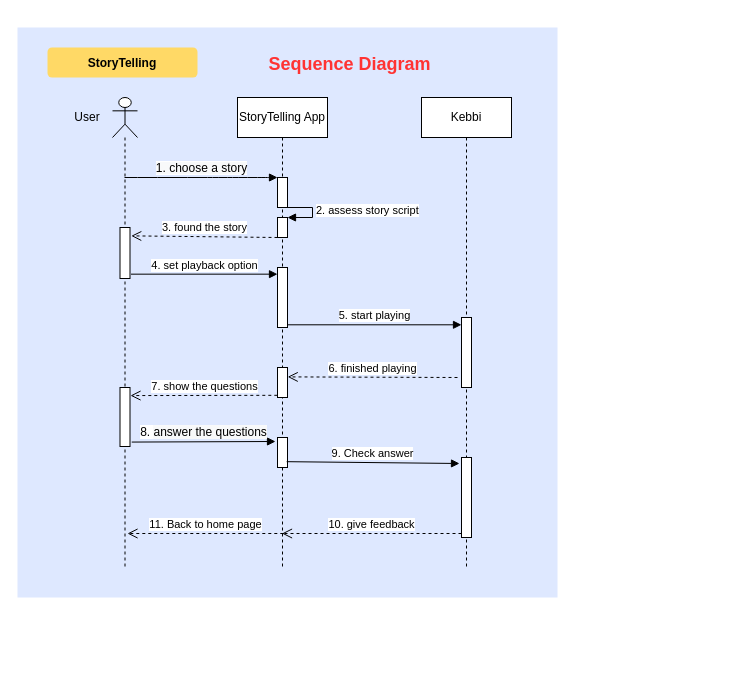
Before: page "Sequence Diagram" (6 of 8) of Untitled Diagram.drawio in chewwwyong/dosomethingexcel, a draw.io diagram. Source tidied: cells renumbered, new cells numbered last; positions are measured from the earlier drawing's top-left corner, leaving out a move shared by most shapes. Both pictures are drawn from the tidied source at 100%, with x=0, y=0 at pixel (17, 27).
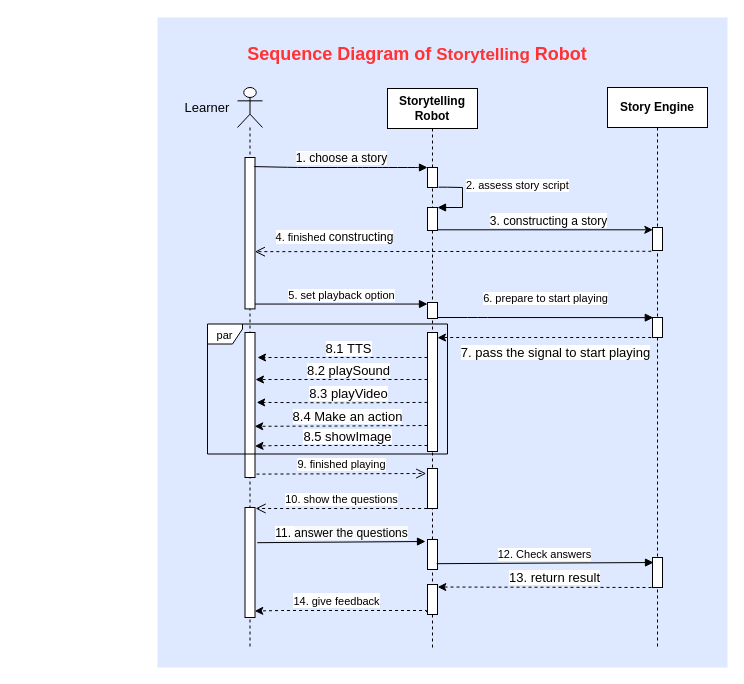
The same diagram, later.

Change to the diagram source:
```diff
@@
     <mxCell id="2" style="fillColor=#DEE8FF;strokeColor=none;" parent="1" vertex="1">
-      <mxGeometry width="540" height="570" as="geometry" />
+      <mxGeometry x="140" y="-10" width="570" height="650" as="geometry" />
     </mxCell>
-    <mxCell id="3" value="StoryTelling" style="rounded=1;fontStyle=1;fillColor=#FFD966;strokeColor=none;" parent="1" vertex="1">
-      <mxGeometry x="30" y="20" width="150" height="30" as="geometry" />
-    </mxCell>
     <mxCell id="4" style="shape=umlLifeline;participant=umlActor;perimeter=lifelinePerimeter;whiteSpace=wrap;html=1;verticalAlign=top;spacingTop=36;outlineConnect=0;" parent="1" vertex="1">
-      <mxGeometry x="95" y="70" width="25" height="470" as="geometry" />
+      <mxGeometry x="220" y="60" width="25" height="560" as="geometry" />
     </mxCell>
     <mxCell id="5" style="html=1;points=[];perimeter=orthogonalPerimeter;" parent="4" vertex="1">
-      <mxGeometry x="7.5" y="130" width="10" height="51" as="geometry" />
+      <mxGeometry x="7.5" y="70" width="10" height="151.4" as="geometry" />
     </mxCell>
     <mxCell id="6" style="html=1;points=[];perimeter=orthogonalPerimeter;fontSize=12;" parent="4" vertex="1">
-      <mxGeometry x="7.5" y="290" width="10" height="59" as="geometry" />
+      <mxGeometry x="7.5" y="420" width="10" height="110" as="geometry" />
     </mxCell>
+    <mxCell id="29" style="html=1;points=[];perimeter=orthogonalPerimeter;" parent="4" vertex="1">
+      <mxGeometry x="7.5" y="245" width="10" height="145" as="geometry" />
+    </mxCell>
-    <mxCell id="7" value="StoryTelling App" style="shape=umlLifeline;perimeter=lifelinePerimeter;whiteSpace=wrap;html=1;outlineConnect=0;" parent="1" vertex="1">
-      <mxGeometry x="220" y="70" width="90" height="470" as="geometry" />
+    <mxCell id="7" value="&lt;b&gt;Storytelling Robot&lt;/b&gt;" style="shape=umlLifeline;perimeter=lifelinePerimeter;whiteSpace=wrap;html=1;outlineConnect=0;" parent="1" vertex="1">
+      <mxGeometry x="370" y="61" width="90" height="559" as="geometry" />
     </mxCell>
     <mxCell id="8" style="html=1;points=[];perimeter=orthogonalPerimeter;" parent="7" vertex="1">
-      <mxGeometry x="40" y="170" width="10" height="60" as="geometry" />
+      <mxGeometry x="40" y="214" width="10" height="16" as="geometry" />
     </mxCell>
     <mxCell id="9" style="html=1;points=[];perimeter=orthogonalPerimeter;" parent="7" vertex="1">
-      <mxGeometry x="40" y="340" width="10" height="30" as="geometry" />
+      <mxGeometry x="40" y="451" width="10" height="30" as="geometry" />
     </mxCell>
     <mxCell id="10" style="html=1;points=[];perimeter=orthogonalPerimeter;" parent="7" vertex="1">
-      <mxGeometry x="40" y="270" width="10" height="30" as="geometry" />
+      <mxGeometry x="40" y="380" width="10" height="40" as="geometry" />
     </mxCell>
-    <mxCell id="11" value="Kebbi" style="shape=umlLifeline;perimeter=lifelinePerimeter;whiteSpace=wrap;html=1;" parent="1" vertex="1">
-      <mxGeometry x="404" y="70" width="90" height="470" as="geometry" />
-    </mxCell>
-    <mxCell id="12" style="html=1;points=[];perimeter=orthogonalPerimeter;" parent="11" vertex="1">
-      <mxGeometry x="40" y="220" width="10" height="70" as="geometry" />
-    </mxCell>
-    <mxCell id="13" style="html=1;points=[];perimeter=orthogonalPerimeter;" parent="11" vertex="1">
-      <mxGeometry x="40" y="360" width="10" height="80" as="geometry" />
-    </mxCell>
+    <mxCell id="30" style="html=1;points=[];perimeter=orthogonalPerimeter;" parent="7" vertex="1">
+      <mxGeometry x="40" y="496" width="10" height="30" as="geometry" />
+    </mxCell>
     <mxCell id="14" style="html=1;points=[];perimeter=orthogonalPerimeter;" parent="1" vertex="1">
-      <mxGeometry x="260" y="150" width="10" height="30" as="geometry" />
+      <mxGeometry x="410" y="140" width="10" height="20" as="geometry" />
     </mxCell>
-    <mxCell id="15" value="&lt;span style=&quot;background-color: rgb(248 , 249 , 250)&quot;&gt;&lt;font style=&quot;font-size: 12px&quot;&gt;1. choose a story&lt;/font&gt;&lt;/span&gt;" style="html=1;verticalAlign=bottom;startArrow=none;endArrow=block;startSize=8;startFill=0;" parent="1" edge="1" source="4" target="14">
+    <mxCell id="15" value="&lt;span style=&quot;background-color: rgb(248 , 249 , 250)&quot;&gt;&lt;font style=&quot;font-size: 12px&quot;&gt;1. choose a story&lt;/font&gt;&lt;/span&gt;" style="html=1;verticalAlign=bottom;startArrow=none;endArrow=block;startSize=8;startFill=0;exitX=0.922;exitY=0.06;exitDx=0;exitDy=0;exitPerimeter=0;" parent="1" edge="1" source="5" target="14">
       <mxGeometry relative="1" as="geometry">
         <Array as="points">
-          <mxPoint x="130" y="150" />
-          <mxPoint x="180" y="150" />
-          <mxPoint x="200" y="150" />
-          <mxPoint x="220" y="150" />
-          <mxPoint x="250" y="150" />
+          <mxPoint x="280" y="140" />
+          <mxPoint x="330" y="140" />
+          <mxPoint x="350" y="140" />
+          <mxPoint x="370" y="140" />
+          <mxPoint x="400" y="140" />
         </Array>
       </mxGeometry>
     </mxCell>
-    <mxCell id="16" value="User" style="text;html=1;strokeColor=none;fillColor=none;align=center;verticalAlign=middle;whiteSpace=wrap;rounded=0;" parent="1" vertex="1">
-      <mxGeometry x="50" y="80" width="40" height="20" as="geometry" />
+    <mxCell id="16" value="Learner" style="text;html=1;strokeColor=none;fillColor=none;align=center;verticalAlign=middle;whiteSpace=wrap;rounded=0;fontSize=13;" parent="1" vertex="1">
+      <mxGeometry x="170" y="70" width="40" height="20" as="geometry" />
     </mxCell>
+    <mxCell id="31" style="edgeStyle=orthogonalEdgeStyle;rounded=0;jettySize=auto;html=1;entryX=0.033;entryY=0.1;entryDx=0;entryDy=0;entryPerimeter=0;fontSize=13;startArrow=none;startFill=0;endArrow=classic;endFill=1;" parent="1" edge="1" source="17" target="37">
+      <mxGeometry relative="1" as="geometry">
+        <Array as="points">
+          <mxPoint x="415" y="202" />
+        </Array>
+      </mxGeometry>
+    </mxCell>
+    <mxCell id="32" value="&lt;font style=&quot;font-size: 12px&quot;&gt;3.&amp;nbsp;constructing a story&lt;/font&gt;" style="edgeLabel;html=1;align=center;verticalAlign=middle;fontSize=13;" parent="31" vertex="1">
+      <mxGeometry x="-0.44" relative="1" as="geometry">
+        <mxPoint x="50" y="-10" as="offset" />
+      </mxGeometry>
+    </mxCell>
     <mxCell id="17" style="html=1;points=[];perimeter=orthogonalPerimeter;" parent="1" vertex="1">
-      <mxGeometry x="260" y="190" width="10" height="20" as="geometry" />
+      <mxGeometry x="410" y="180" width="10" height="23" as="geometry" />
     </mxCell>
-    <mxCell id="18" value="2. assess story script" style="edgeStyle=orthogonalEdgeStyle;html=1;align=left;spacingLeft=2;endArrow=block;rounded=0;entryX=1;entryY=0;" parent="1" edge="1" target="17">
-      <mxGeometry relative="1" as="geometry">
-        <mxPoint x="265" y="180" as="sourcePoint" />
+    <mxCell id="18" value="2. assess story script" style="edgeStyle=orthogonalEdgeStyle;html=1;align=left;spacingLeft=2;endArrow=block;rounded=0;entryX=1;entryY=0;exitX=1.1;exitY=0.983;exitDx=0;exitDy=0;exitPerimeter=0;" parent="1" edge="1" source="14" target="17">
+      <mxGeometry x="-0.08" y="-10" relative="1" as="geometry">
         <Array as="points">
-          <mxPoint x="265" y="180" />
-          <mxPoint x="295" y="180" />
-          <mxPoint x="295" y="190" />
+          <mxPoint x="430" y="160" />
+          <mxPoint x="445" y="160" />
+          <mxPoint x="445" y="180" />
         </Array>
+        <mxPoint x="10" y="-10" as="offset" />
       </mxGeometry>
     </mxCell>
-    <mxCell id="19" value="3. found the story" style="html=1;verticalAlign=bottom;endArrow=open;dashed=1;endSize=8;entryX=1.124;entryY=0.164;entryDx=0;entryDy=0;entryPerimeter=0;" parent="1" edge="1" target="5">
-      <mxGeometry relative="1" as="geometry">
-        <mxPoint x="260" y="210" as="sourcePoint" />
-      </mxGeometry>
+    <mxCell id="19" value="4. finished&amp;nbsp;&lt;span style=&quot;font-size: 12px&quot;&gt;constructing&lt;/span&gt;" style="html=1;verticalAlign=bottom;endArrow=open;dashed=1;endSize=8;entryX=0.99;entryY=0.622;entryDx=0;entryDy=0;entryPerimeter=0;exitX=-0.117;exitY=1.034;exitDx=0;exitDy=0;exitPerimeter=0;" parent="1" edge="1" source="37" target="5">
+      <mxGeometry x="0.6" y="-5" relative="1" as="geometry" />
     </mxCell>
-    <mxCell id="20" value="5. start playing" style="html=1;verticalAlign=bottom;startArrow=none;endArrow=block;startSize=8;exitX=0.943;exitY=0.961;exitDx=0;exitDy=0;exitPerimeter=0;startFill=0;" parent="1" edge="1" target="12">
-      <mxGeometry relative="1" as="geometry">
-        <mxPoint x="270" y="297.3" as="sourcePoint" />
+    <mxCell id="20" value="6. prepare to start playing" style="html=1;verticalAlign=bottom;startArrow=none;endArrow=block;startSize=8;exitX=0.943;exitY=0.961;exitDx=0;exitDy=0;exitPerimeter=0;startFill=0;entryX=0.078;entryY=0.007;entryDx=0;entryDy=0;entryPerimeter=0;" parent="1" edge="1" target="35">
+      <mxGeometry y="10" relative="1" as="geometry">
+        <mxPoint x="420" y="290" as="sourcePoint" />
+        <Array as="points">
+          <mxPoint x="460" y="290" />
+        </Array>
       </mxGeometry>
     </mxCell>
-    <mxCell id="21" value="4. set playback option" style="html=1;verticalAlign=bottom;startArrow=none;endArrow=block;startSize=8;startFill=0;exitX=1.101;exitY=0.915;exitDx=0;exitDy=0;exitPerimeter=0;" parent="1" edge="1" source="5" target="8">
+    <mxCell id="21" value="5. set playback option" style="html=1;verticalAlign=bottom;startArrow=none;endArrow=block;startSize=8;startFill=0;exitX=1.006;exitY=0.968;exitDx=0;exitDy=0;exitPerimeter=0;" parent="1" edge="1" source="5" target="8">
       <mxGeometry relative="1" as="geometry" />
     </mxCell>
-    <mxCell id="22" value="6. finished playing" style="html=1;verticalAlign=bottom;endArrow=open;dashed=1;endSize=8;entryX=1.02;entryY=0.313;entryDx=0;entryDy=0;entryPerimeter=0;" parent="1" edge="1" target="10">
+    <mxCell id="22" value="9. finished playing" style="html=1;verticalAlign=bottom;endArrow=open;dashed=1;endSize=8;entryX=-0.133;entryY=0.1;entryDx=0;entryDy=0;entryPerimeter=0;exitX=1.15;exitY=0.963;exitDx=0;exitDy=0;exitPerimeter=0;" parent="1" edge="1">
       <mxGeometry relative="1" as="geometry">
-        <mxPoint x="440" y="350" as="sourcePoint" />
+        <mxPoint x="239" y="446.6" as="sourcePoint" />
+        <mxPoint x="408.7" y="446" as="targetPoint" />
       </mxGeometry>
     </mxCell>
-    <mxCell id="23" value="&lt;font style=&quot;font-size: 12px&quot;&gt;8.&amp;nbsp;&lt;span style=&quot;background-color: rgb(248 , 249 , 250)&quot;&gt;answer the questions&lt;/span&gt;&lt;/font&gt;" style="html=1;verticalAlign=bottom;startArrow=none;endArrow=block;startSize=8;startFill=0;exitX=1.171;exitY=0.925;exitDx=0;exitDy=0;exitPerimeter=0;" parent="1" edge="1" source="6">
+    <mxCell id="23" value="&lt;font style=&quot;font-size: 12px&quot;&gt;11.&amp;nbsp;&lt;span style=&quot;background-color: rgb(248 , 249 , 250)&quot;&gt;answer the questions&lt;/span&gt;&lt;/font&gt;" style="html=1;verticalAlign=bottom;startArrow=none;endArrow=block;startSize=8;startFill=0;exitX=1.228;exitY=0.32;exitDx=0;exitDy=0;exitPerimeter=0;" parent="1" edge="1" source="6">
       <mxGeometry relative="1" as="geometry">
-        <mxPoint x="258" y="414" as="targetPoint" />
+        <mxPoint x="408" y="514" as="targetPoint" />
       </mxGeometry>
     </mxCell>
-    <mxCell id="24" value="9.&amp;nbsp;Check answer" style="html=1;verticalAlign=bottom;endArrow=block;exitX=0.919;exitY=0.806;exitDx=0;exitDy=0;exitPerimeter=0;entryX=-0.2;entryY=0.075;entryDx=0;entryDy=0;entryPerimeter=0;" parent="1" edge="1" source="9" target="13">
+    <mxCell id="24" value="12.&amp;nbsp;Check answers" style="html=1;verticalAlign=bottom;endArrow=block;exitX=0.919;exitY=0.806;exitDx=0;exitDy=0;exitPerimeter=0;entryX=0.1;entryY=0.167;entryDx=0;entryDy=0;entryPerimeter=0;" parent="1" edge="1" source="9" target="36">
       <mxGeometry relative="1" as="geometry" />
     </mxCell>
-    <mxCell id="25" value="10. give feedback" style="html=1;verticalAlign=bottom;endArrow=open;dashed=1;endSize=8;exitX=0;exitY=0.95;" parent="1" edge="1" source="13" target="7">
-      <mxGeometry relative="1" as="geometry" />
-    </mxCell>
-    <mxCell id="26" value="7. show the questions" style="html=1;verticalAlign=bottom;endArrow=open;dashed=1;endSize=8;exitX=-0.02;exitY=0.927;exitDx=0;exitDy=0;exitPerimeter=0;entryX=1.05;entryY=0.137;entryDx=0;entryDy=0;entryPerimeter=0;" parent="1" edge="1" source="10" target="6">
+    <mxCell id="26" value="10. show the questions" style="html=1;verticalAlign=bottom;endArrow=open;dashed=1;endSize=8;exitX=-0.033;exitY=1;exitDx=0;exitDy=0;exitPerimeter=0;entryX=1.061;entryY=0.009;entryDx=0;entryDy=0;entryPerimeter=0;" parent="1" edge="1" source="10" target="6">
       <mxGeometry relative="1" as="geometry" />
     </mxCell>
-    <mxCell id="27" value="11.&amp;nbsp;Back to home page" style="html=1;verticalAlign=bottom;endArrow=open;dashed=1;endSize=8;exitX=0;exitY=0.95;" parent="1" edge="1">
-      <mxGeometry relative="1" as="geometry">
-        <mxPoint x="265.8" y="506" as="sourcePoint" />
-        <mxPoint x="110" y="506" as="targetPoint" />
-      </mxGeometry>
-    </mxCell>
-    <mxCell id="28" value="&lt;span style=&quot;font-size: 18px;&quot;&gt;Sequence Diagram&lt;/span&gt;" style="text;html=1;strokeColor=none;fillColor=none;align=center;verticalAlign=middle;whiteSpace=wrap;rounded=0;fontSize=24;fontStyle=1;fontColor=#FF3333;labelBackgroundColor=none;" parent="1" vertex="1">
-      <mxGeometry x="220" y="20" width="225" height="30" as="geometry" />
+    <mxCell id="28" value="&lt;span style=&quot;font-size: 18px&quot;&gt;Sequence Diagram&amp;nbsp;&lt;/span&gt;&lt;span style=&quot;font-size: 18px&quot;&gt;of&amp;nbsp;&lt;/span&gt;&lt;span style=&quot;font-size: 17px&quot;&gt;Storytelling&lt;/span&gt;&lt;span style=&quot;font-size: 18px&quot;&gt;&lt;font color=&quot;#000000&quot;&gt;&amp;nbsp;&lt;/font&gt;Robot&lt;/span&gt;" style="text;html=1;strokeColor=none;fillColor=none;align=center;verticalAlign=middle;whiteSpace=wrap;rounded=0;fontSize=24;fontStyle=1;fontColor=#FF3333;labelBackgroundColor=none;" parent="1" vertex="1">
+      <mxGeometry x="190" y="10" width="420" height="30" as="geometry" />
     </mxCell>
+    <mxCell id="33" value="&lt;font style=&quot;font-size: 11px&quot;&gt;par&lt;/font&gt;" style="shape=umlFrame;whiteSpace=wrap;html=1;fontSize=13;width=35;height=20;" parent="1" vertex="1">
+      <mxGeometry x="190" y="296.5" width="240" height="130" as="geometry" />
+    </mxCell>
+    <mxCell id="34" value="&lt;b&gt;Story Engine&lt;/b&gt;" style="shape=umlLifeline;perimeter=lifelinePerimeter;whiteSpace=wrap;html=1;" parent="1" vertex="1">
+      <mxGeometry x="590" y="60" width="100" height="560" as="geometry" />
+    </mxCell>
+    <mxCell id="35" style="html=1;points=[];perimeter=orthogonalPerimeter;" parent="34" vertex="1">
+      <mxGeometry x="45" y="230" width="10" height="20" as="geometry" />
+    </mxCell>
+    <mxCell id="36" style="html=1;points=[];perimeter=orthogonalPerimeter;" parent="34" vertex="1">
+      <mxGeometry x="45" y="470" width="10" height="30" as="geometry" />
+    </mxCell>
+    <mxCell id="37" style="html=1;points=[];perimeter=orthogonalPerimeter;" parent="34" vertex="1">
+      <mxGeometry x="45" y="140" width="10" height="23" as="geometry" />
+    </mxCell>
+    <mxCell id="38" style="edgeStyle=orthogonalEdgeStyle;rounded=0;jettySize=auto;html=1;fontSize=13;startArrow=none;startFill=0;endArrow=classic;endFill=1;dashed=1;exitX=-0.106;exitY=0.92;exitDx=0;exitDy=0;exitPerimeter=0;entryX=0.978;entryY=0.941;entryDx=0;entryDy=0;entryPerimeter=0;" parent="1" edge="1" source="30" target="6">
+      <mxGeometry relative="1" as="geometry">
+        <Array as="points">
+          <mxPoint x="409" y="583" />
+          <mxPoint x="264" y="583" />
+        </Array>
+      </mxGeometry>
+    </mxCell>
+    <mxCell id="39" value="&lt;span style=&quot;font-size: 11px&quot;&gt;14. give feedback&lt;/span&gt;" style="edgeLabel;html=1;align=center;verticalAlign=middle;fontSize=13;" parent="38" vertex="1">
+      <mxGeometry x="-0.07" y="-1" relative="1" as="geometry">
+        <mxPoint x="-11" y="-10" as="offset" />
+      </mxGeometry>
+    </mxCell>
+    <mxCell id="40" style="edgeStyle=orthogonalEdgeStyle;rounded=0;jettySize=auto;html=1;dashed=1;fontSize=13;startArrow=none;startFill=0;endArrow=classic;endFill=1;" parent="1" edge="1" source="42">
+      <mxGeometry relative="1" as="geometry">
+        <mxPoint x="240" y="330" as="targetPoint" />
+        <Array as="points">
+          <mxPoint x="360" y="330" />
+          <mxPoint x="360" y="330" />
+        </Array>
+      </mxGeometry>
+    </mxCell>
+    <mxCell id="41" value="8.1 TTS" style="edgeLabel;html=1;align=center;verticalAlign=middle;fontSize=13;" parent="40" vertex="1">
+      <mxGeometry x="-0.17" relative="1" as="geometry">
+        <mxPoint x="-9" y="-10" as="offset" />
+      </mxGeometry>
+    </mxCell>
+    <mxCell id="42" style="html=1;points=[];perimeter=orthogonalPerimeter;" parent="1" vertex="1">
+      <mxGeometry x="410" y="305" width="10" height="119" as="geometry" />
+    </mxCell>
+    <mxCell id="43" style="edgeStyle=orthogonalEdgeStyle;rounded=0;jettySize=auto;html=1;entryX=1;entryY=0.044;entryDx=0;entryDy=0;entryPerimeter=0;dashed=1;fontSize=13;startArrow=none;startFill=0;endArrow=classic;endFill=1;exitX=0.007;exitY=0.769;exitDx=0;exitDy=0;exitPerimeter=0;" parent="1" edge="1" source="35" target="42">
+      <mxGeometry relative="1" as="geometry">
+        <Array as="points">
+          <mxPoint x="635" y="310" />
+          <mxPoint x="430" y="310" />
+        </Array>
+      </mxGeometry>
+    </mxCell>
+    <mxCell id="44" value="7. pass the signal to start playing" style="edgeLabel;html=1;align=center;verticalAlign=middle;fontSize=13;" parent="43" vertex="1">
+      <mxGeometry x="0.04" y="1" relative="1" as="geometry">
+        <mxPoint x="12" y="13" as="offset" />
+      </mxGeometry>
+    </mxCell>
+    <mxCell id="45" style="edgeStyle=orthogonalEdgeStyle;rounded=0;orthogonalLoop=1;jettySize=auto;html=1;dashed=1;fontSize=13;startArrow=none;startFill=0;endArrow=classic;endFill=1;" parent="1" edge="1">
+      <mxGeometry relative="1" as="geometry">
+        <mxPoint x="410" y="352" as="sourcePoint" />
+        <mxPoint x="238" y="352" as="targetPoint" />
+        <Array as="points">
+          <mxPoint x="238" y="352" />
+        </Array>
+      </mxGeometry>
+    </mxCell>
+    <mxCell id="46" value="8.2 playSound" style="edgeLabel;html=1;align=center;verticalAlign=middle;fontSize=13;" parent="45" vertex="1">
+      <mxGeometry x="-0.17" relative="1" as="geometry">
+        <mxPoint x="-9" y="-10" as="offset" />
+      </mxGeometry>
+    </mxCell>
+    <mxCell id="47" style="edgeStyle=orthogonalEdgeStyle;rounded=0;jettySize=auto;html=1;dashed=1;fontSize=13;startArrow=none;startFill=0;endArrow=classic;endFill=1;entryX=1.167;entryY=0.482;entryDx=0;entryDy=0;entryPerimeter=0;" parent="1" edge="1" target="29">
+      <mxGeometry relative="1" as="geometry">
+        <mxPoint x="410" y="374.9" as="sourcePoint" />
+      </mxGeometry>
+    </mxCell>
+    <mxCell id="48" value="8.3 playVideo" style="edgeLabel;html=1;align=center;verticalAlign=middle;fontSize=13;" parent="47" vertex="1">
+      <mxGeometry x="-0.17" relative="1" as="geometry">
+        <mxPoint x="-9" y="-10" as="offset" />
+      </mxGeometry>
+    </mxCell>
+    <mxCell id="49" style="edgeStyle=orthogonalEdgeStyle;rounded=0;jettySize=auto;html=1;dashed=1;fontSize=13;startArrow=none;startFill=0;endArrow=classic;endFill=1;entryX=0.972;entryY=0.647;entryDx=0;entryDy=0;entryPerimeter=0;" parent="1" edge="1" target="29">
+      <mxGeometry relative="1" as="geometry">
+        <mxPoint x="410" y="398" as="sourcePoint" />
+      </mxGeometry>
+    </mxCell>
+    <mxCell id="50" value="8.4 Make an action" style="edgeLabel;html=1;align=center;verticalAlign=middle;fontSize=13;" parent="49" vertex="1">
+      <mxGeometry x="-0.17" relative="1" as="geometry">
+        <mxPoint x="-9" y="-10" as="offset" />
+      </mxGeometry>
+    </mxCell>
+    <mxCell id="51" style="edgeStyle=orthogonalEdgeStyle;rounded=0;jettySize=auto;html=1;dashed=1;fontSize=13;startArrow=none;startFill=0;endArrow=classic;endFill=1;entryX=1;entryY=0.783;entryDx=0;entryDy=0;entryPerimeter=0;" parent="1" edge="1" target="29">
+      <mxGeometry relative="1" as="geometry">
+        <mxPoint x="410" y="418" as="sourcePoint" />
+        <Array as="points">
+          <mxPoint x="263" y="418" />
+        </Array>
+      </mxGeometry>
+    </mxCell>
+    <mxCell id="52" value="8.5 showImage" style="edgeLabel;html=1;align=center;verticalAlign=middle;fontSize=13;" parent="51" vertex="1">
+      <mxGeometry x="-0.17" relative="1" as="geometry">
+        <mxPoint x="-9" y="-10" as="offset" />
+      </mxGeometry>
+    </mxCell>
+    <mxCell id="53" style="edgeStyle=orthogonalEdgeStyle;rounded=0;jettySize=auto;html=1;dashed=1;fontSize=13;startArrow=none;startFill=0;endArrow=classic;endFill=1;entryX=1.023;entryY=0.084;entryDx=0;entryDy=0;entryPerimeter=0;" parent="1" edge="1" target="30">
+      <mxGeometry relative="1" as="geometry">
+        <mxPoint x="634" y="560" as="sourcePoint" />
+        <Array as="points">
+          <mxPoint x="634" y="560" />
+          <mxPoint x="526" y="560" />
+        </Array>
+      </mxGeometry>
+    </mxCell>
+    <mxCell id="54" value="13. return result" style="edgeLabel;html=1;align=center;verticalAlign=middle;fontSize=13;" parent="53" vertex="1">
+      <mxGeometry x="-0.08" relative="1" as="geometry">
+        <mxPoint y="-10" as="offset" />
+      </mxGeometry>
+    </mxCell>
```
